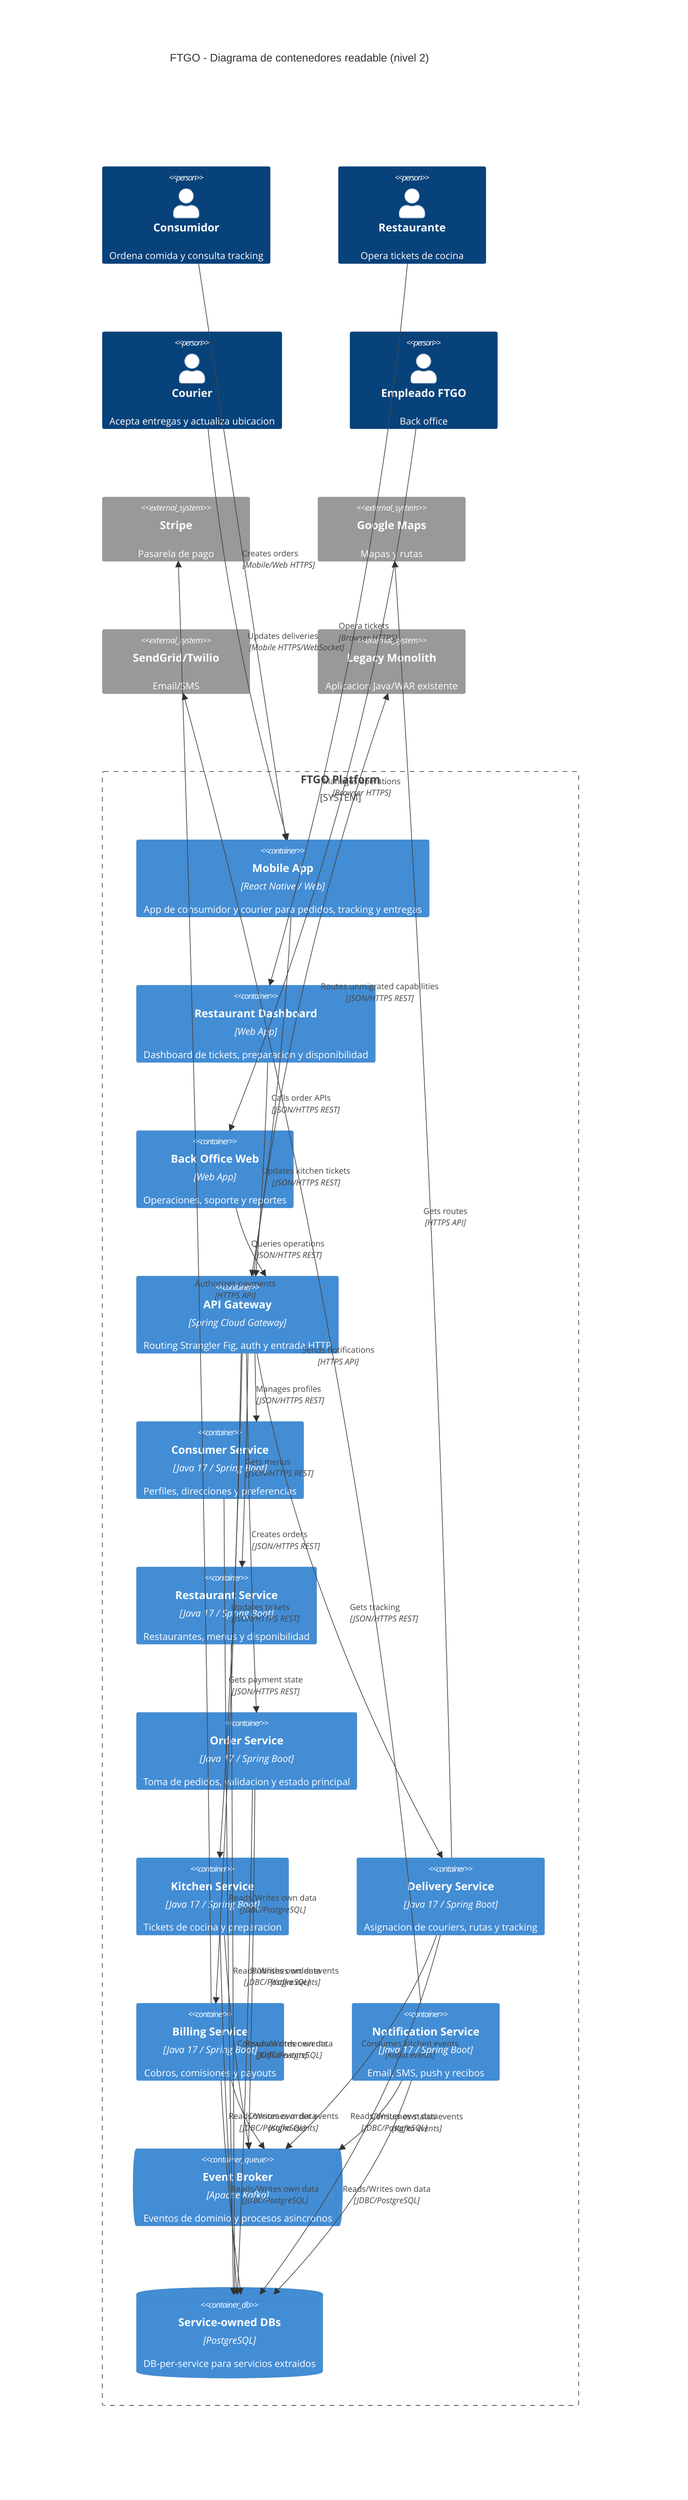
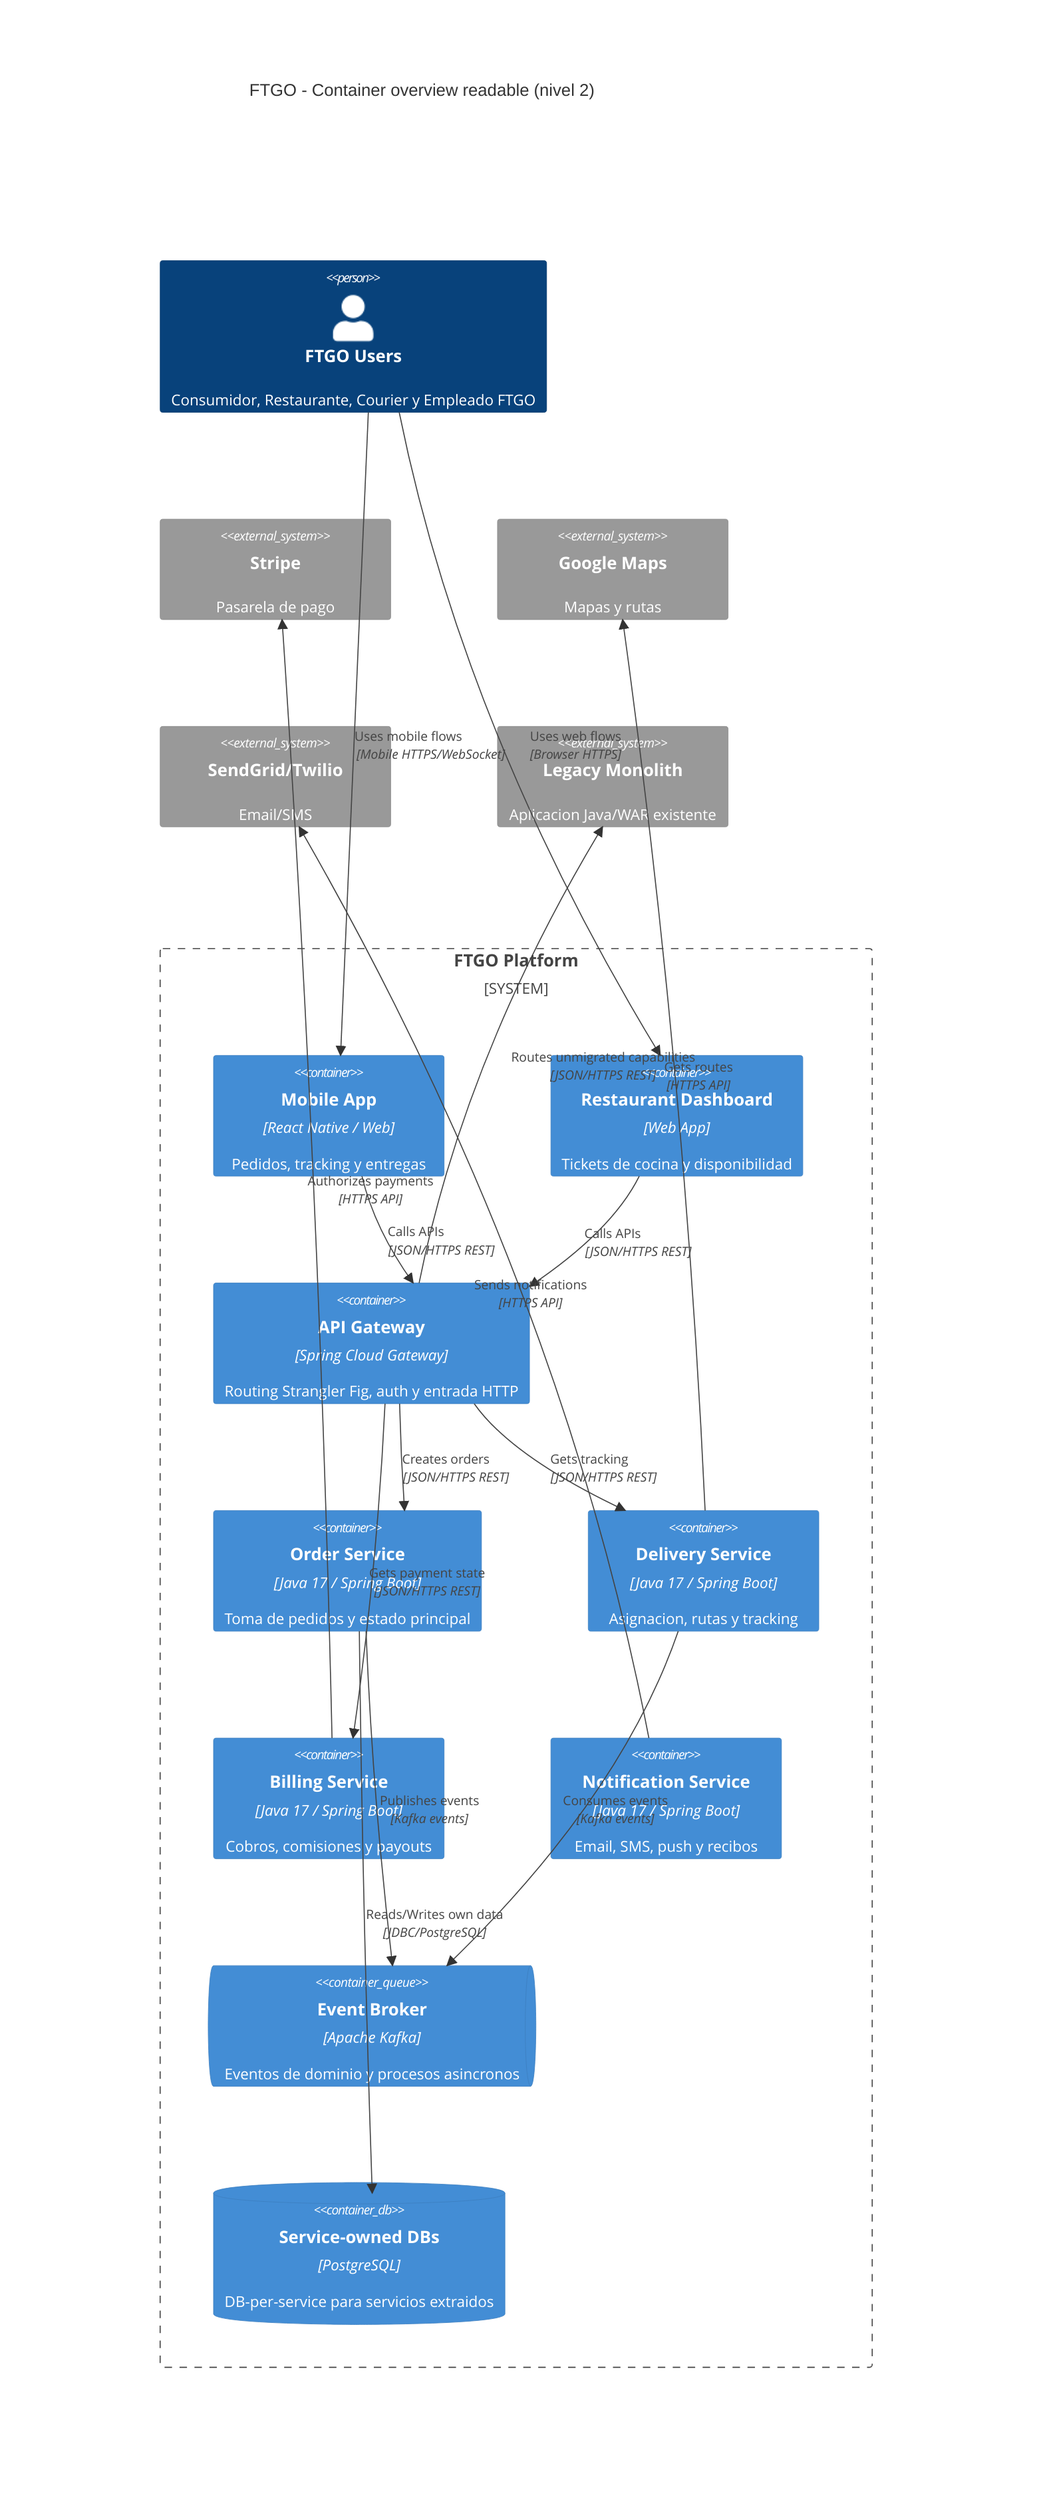
C4Container
- title FTGO - Diagrama de contenedores readable (nivel 2)
+ title FTGO - Container overview readable (nivel 2)

- Person(consumer, "Consumidor", "Ordena comida y consulta tracking")
- Person(restaurant_user, "Restaurante", "Opera tickets de cocina")
- Person(courier, "Courier", "Acepta entregas y actualiza ubicacion")
- Person(employee, "Empleado FTGO", "Back office")
+ Person(users, "FTGO Users", "Consumidor, Restaurante, Courier y Empleado FTGO")

System_Ext(stripe, "Stripe", "Pasarela de pago")
System_Ext(google_maps, "Google Maps", "Mapas y rutas")
System_Ext(sendgrid_twilio, "SendGrid/Twilio", "Email/SMS")
System_Ext(legacy_monolith, "Legacy Monolith", "Aplicacion Java/WAR existente")

System_Boundary(ftgo, "FTGO Platform") {
-   Container(mobile_app, "Mobile App", "React Native / Web", "App de consumidor y courier para pedidos, tracking y entregas")
-   Container(restaurant_dashboard, "Restaurant Dashboard", "Web App", "Dashboard de tickets, preparacion y disponibilidad")
-   Container(backoffice_web, "Back Office Web", "Web App", "Operaciones, soporte y reportes")
+   Container(mobile_app, "Mobile App", "React Native / Web", "Pedidos, tracking y entregas")
+   Container(restaurant_dashboard, "Restaurant Dashboard", "Web App", "Tickets de cocina y disponibilidad")
  Container(api_gateway, "API Gateway", "Spring Cloud Gateway", "Routing Strangler Fig, auth y entrada HTTP")

-   Container(consumer_svc, "Consumer Service", "Java 17 / Spring Boot", "Perfiles, direcciones y preferencias")
-   Container(restaurant_svc, "Restaurant Service", "Java 17 / Spring Boot", "Restaurantes, menus y disponibilidad")
-   Container(order_svc, "Order Service", "Java 17 / Spring Boot", "Toma de pedidos, validacion y estado principal")
-   Container(kitchen_svc, "Kitchen Service", "Java 17 / Spring Boot", "Tickets de cocina y preparacion")
-   Container(delivery_svc, "Delivery Service", "Java 17 / Spring Boot", "Asignacion de couriers, rutas y tracking")
+   Container(order_svc, "Order Service", "Java 17 / Spring Boot", "Toma de pedidos y estado principal")
+   Container(delivery_svc, "Delivery Service", "Java 17 / Spring Boot", "Asignacion, rutas y tracking")
  Container(billing_svc, "Billing Service", "Java 17 / Spring Boot", "Cobros, comisiones y payouts")
  Container(notification_svc, "Notification Service", "Java 17 / Spring Boot", "Email, SMS, push y recibos")
  ContainerQueue(event_broker, "Event Broker", "Apache Kafka", "Eventos de dominio y procesos asincronos")
  ContainerDb(service_dbs, "Service-owned DBs", "PostgreSQL", "DB-per-service para servicios extraidos")
}

- Rel(consumer, mobile_app, "Creates orders", "Mobile/Web HTTPS")
- Rel(restaurant_user, restaurant_dashboard, "Opera tickets", "Browser HTTPS")
- Rel(employee, backoffice_web, "Manages operations", "Browser HTTPS")
- Rel(courier, mobile_app, "Updates deliveries", "Mobile HTTPS/WebSocket")
- 
- Rel(mobile_app, api_gateway, "Calls order APIs", "JSON/HTTPS REST")
- Rel(restaurant_dashboard, api_gateway, "Updates kitchen tickets", "JSON/HTTPS REST")
- Rel(backoffice_web, api_gateway, "Queries operations", "JSON/HTTPS REST")
- 
- Rel(api_gateway, consumer_svc, "Manages profiles", "JSON/HTTPS REST")
- Rel(api_gateway, restaurant_svc, "Gets menus", "JSON/HTTPS REST")
+ Rel(users, mobile_app, "Uses mobile flows", "Mobile HTTPS/WebSocket")
+ Rel(users, restaurant_dashboard, "Uses web flows", "Browser HTTPS")
+ Rel(mobile_app, api_gateway, "Calls APIs", "JSON/HTTPS REST")
+ Rel(restaurant_dashboard, api_gateway, "Calls APIs", "JSON/HTTPS REST")
Rel(api_gateway, order_svc, "Creates orders", "JSON/HTTPS REST")
- Rel(api_gateway, kitchen_svc, "Updates tickets", "JSON/HTTPS REST")
Rel(api_gateway, delivery_svc, "Gets tracking", "JSON/HTTPS REST")
Rel(api_gateway, billing_svc, "Gets payment state", "JSON/HTTPS REST")
Rel(api_gateway, legacy_monolith, "Routes unmigrated capabilities", "JSON/HTTPS REST")
- 
- Rel(consumer_svc, service_dbs, "Reads/Writes own data", "JDBC/PostgreSQL")
- Rel(restaurant_svc, service_dbs, "Reads/Writes own data", "JDBC/PostgreSQL")
+ Rel(order_svc, event_broker, "Publishes events", "Kafka events")
+ Rel(delivery_svc, event_broker, "Consumes events", "Kafka events")
Rel(order_svc, service_dbs, "Reads/Writes own data", "JDBC/PostgreSQL")
- Rel(kitchen_svc, service_dbs, "Reads/Writes own data", "JDBC/PostgreSQL")
- Rel(delivery_svc, service_dbs, "Reads/Writes own data", "JDBC/PostgreSQL")
- Rel(billing_svc, service_dbs, "Reads/Writes own data", "JDBC/PostgreSQL")
- Rel(notification_svc, service_dbs, "Reads/Writes own data", "JDBC/PostgreSQL")
- 
- Rel(order_svc, event_broker, "Publishes order events", "Kafka events")
- Rel(kitchen_svc, event_broker, "Consumes order events", "Kafka events")
- Rel(delivery_svc, event_broker, "Consumes kitchen events", "Kafka events")
- Rel(billing_svc, event_broker, "Consumes order events", "Kafka events")
- Rel(notification_svc, event_broker, "Consumes status events", "Kafka events")
- 
Rel(billing_svc, stripe, "Authorizes payments", "HTTPS API")
Rel(delivery_svc, google_maps, "Gets routes", "HTTPS API")
Rel(notification_svc, sendgrid_twilio, "Sends notifications", "HTTPS API")
- 
- UpdateLayoutConfig($c4ShapeInRow="4", $c4BoundaryInRow="1")
